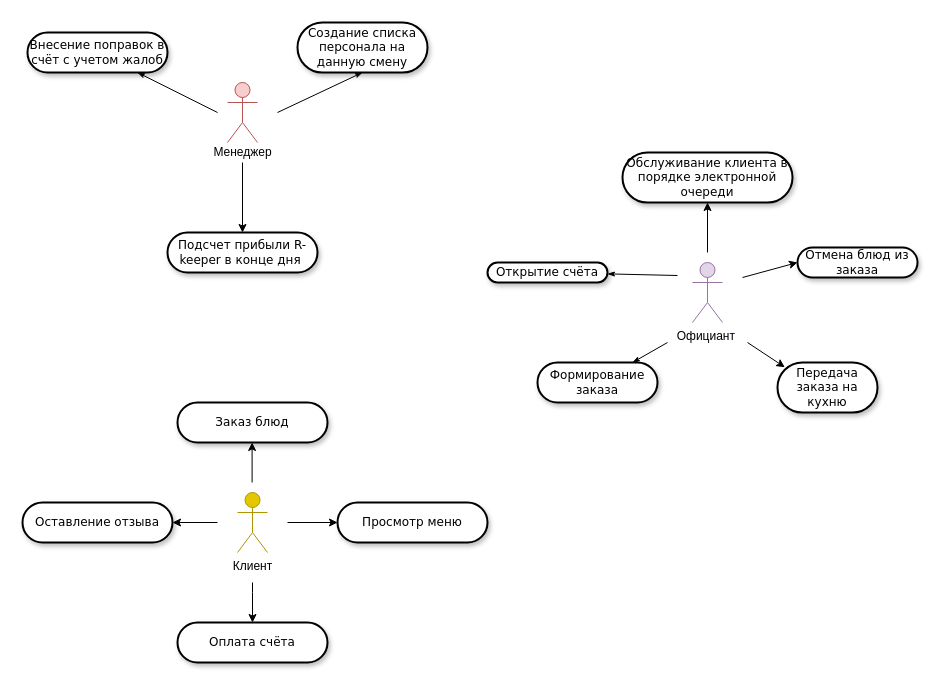
Earlier version of the draw.io diagram use case diagram.drawio (maria-kuchina262002/mypracticework). Source tidied: cells renumbered, new cells numbered last; positions are measured from the earlier drawing's top-left corner, leaving out a move shared by most shapes. Both pictures are drawn from the tidied source at 100%, with x=0, y=0 at pixel (22, 22).
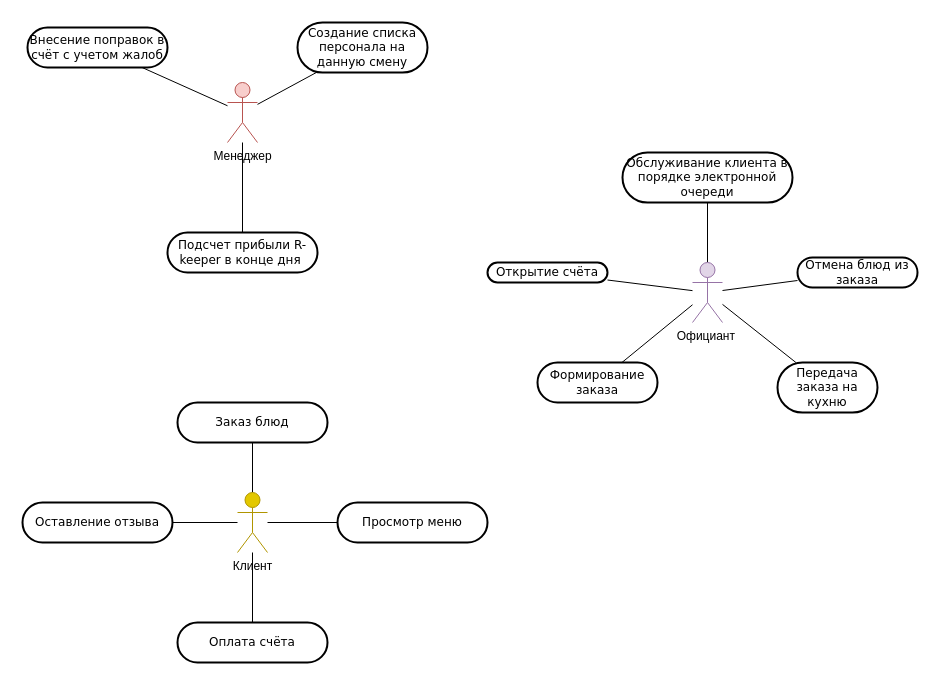
The same page after the edit.

The change refers to these unchanged cells:
```xml
<mxCell id="17" value="Официант&amp;nbsp;" style="shape=umlActor;verticalLabelPosition=bottom;verticalAlign=top;html=1;outlineConnect=0;fillColor=#e1d5e7;strokeColor=#9673a6;" parent="1" vertex="1">
  <mxGeometry x="670" y="240" width="30" height="60" as="geometry" />
</mxCell>
<mxCell id="22" value="Клиент" style="shape=umlActor;verticalLabelPosition=bottom;verticalAlign=top;html=1;outlineConnect=0;fillColor=#e3c800;strokeColor=#B09500;fontColor=#000000;" parent="1" vertex="1">
  <mxGeometry x="215" y="470" width="30" height="60" as="geometry" />
</mxCell>
```

Diff of the diagram source:
```diff
@@
-    <mxCell id="2" value="Внесение поправок в счёт с учетом жалоб" style="whiteSpace=wrap;html=1;rounded=1;shadow=1;comic=0;labelBackgroundColor=none;strokeWidth=2;fontFamily=Verdana;fontSize=12;align=center;arcSize=50;" parent="1" vertex="1">
-      <mxGeometry x="5" y="10" width="140" height="40" as="geometry" />
+    <mxCell id="2" value="Внесение поправок в счёт с учетом жалоб" style="whiteSpace=wrap;html=1;rounded=1;shadow=0;comic=0;labelBackgroundColor=none;strokeWidth=2;fontFamily=Verdana;fontSize=12;align=center;arcSize=50;" parent="1" vertex="1">
+      <mxGeometry x="5" y="5" width="140" height="40" as="geometry" />
     </mxCell>
-    <mxCell id="3" value="Создание списка персонала на данную смену" style="whiteSpace=wrap;html=1;rounded=1;shadow=1;comic=0;labelBackgroundColor=none;strokeWidth=2;fontFamily=Verdana;fontSize=12;align=center;arcSize=50;" parent="1" vertex="1">
+    <mxCell id="3" value="Создание списка персонала на данную смену" style="whiteSpace=wrap;html=1;rounded=1;shadow=0;comic=0;labelBackgroundColor=none;strokeWidth=2;fontFamily=Verdana;fontSize=12;align=center;arcSize=50;" parent="1" vertex="1">
       <mxGeometry x="275" width="130" height="50" as="geometry" />
     </mxCell>
-    <mxCell id="4" value="Открытие счёта" style="whiteSpace=wrap;html=1;rounded=1;shadow=1;comic=0;labelBackgroundColor=none;strokeWidth=2;fontFamily=Verdana;fontSize=12;align=center;arcSize=50;" parent="1" vertex="1">
+    <mxCell id="4" value="Открытие счёта" style="whiteSpace=wrap;html=1;rounded=1;shadow=0;comic=0;labelBackgroundColor=none;strokeWidth=2;fontFamily=Verdana;fontSize=12;align=center;arcSize=50;" parent="1" vertex="1">
       <mxGeometry x="465" y="240" width="120" height="20" as="geometry" />
     </mxCell>
-    <mxCell id="5" value="Обслуживание клиента в порядке электронной очереди" style="whiteSpace=wrap;html=1;rounded=1;shadow=1;comic=0;labelBackgroundColor=none;strokeWidth=2;fontFamily=Verdana;fontSize=12;align=center;arcSize=50;" parent="1" vertex="1">
+    <mxCell id="5" value="Обслуживание клиента в порядке электронной очереди" style="whiteSpace=wrap;html=1;rounded=1;shadow=0;comic=0;labelBackgroundColor=none;strokeWidth=2;fontFamily=Verdana;fontSize=12;align=center;arcSize=50;" parent="1" vertex="1">
       <mxGeometry x="600" y="130" width="170" height="50" as="geometry" />
     </mxCell>
-    <mxCell id="6" value="Отмена блюд из заказа" style="whiteSpace=wrap;html=1;rounded=1;shadow=1;comic=0;labelBackgroundColor=none;strokeWidth=2;fontFamily=Verdana;fontSize=12;align=center;arcSize=50;" parent="1" vertex="1">
-      <mxGeometry x="775" y="225" width="120" height="30" as="geometry" />
+    <mxCell id="6" value="Отмена блюд из заказа" style="whiteSpace=wrap;html=1;rounded=1;shadow=0;comic=0;labelBackgroundColor=none;strokeWidth=2;fontFamily=Verdana;fontSize=12;align=center;arcSize=50;" parent="1" vertex="1">
+      <mxGeometry x="775" y="235" width="120" height="30" as="geometry" />
     </mxCell>
-    <mxCell id="7" value="Передача заказа на кухню" style="whiteSpace=wrap;html=1;rounded=1;shadow=1;comic=0;labelBackgroundColor=none;strokeWidth=2;fontFamily=Verdana;fontSize=12;align=center;arcSize=50;" parent="1" vertex="1">
+    <mxCell id="7" value="Передача заказа на кухню" style="whiteSpace=wrap;html=1;rounded=1;shadow=0;comic=0;labelBackgroundColor=none;strokeWidth=2;fontFamily=Verdana;fontSize=12;align=center;arcSize=50;" parent="1" vertex="1">
       <mxGeometry x="755" y="340" width="100" height="50" as="geometry" />
     </mxCell>
-    <mxCell id="8" value="Формирование заказа" style="whiteSpace=wrap;html=1;rounded=1;shadow=1;comic=0;labelBackgroundColor=none;strokeWidth=2;fontFamily=Verdana;fontSize=12;align=center;arcSize=50;" parent="1" vertex="1">
+    <mxCell id="8" value="Формирование заказа" style="whiteSpace=wrap;html=1;rounded=1;shadow=0;comic=0;labelBackgroundColor=none;strokeWidth=2;fontFamily=Verdana;fontSize=12;align=center;arcSize=50;" parent="1" vertex="1">
       <mxGeometry x="515" y="340" width="120" height="40" as="geometry" />
     </mxCell>
-    <mxCell id="9" style="edgeStyle=none;rounded=1;html=1;labelBackgroundColor=none;startArrow=none;startFill=0;startSize=5;endArrow=classicThin;endFill=1;endSize=5;jettySize=auto;strokeWidth=1;fontFamily=Verdana;fontSize=12;entryX=0.5;entryY=1;entryDx=0;entryDy=0;" parent="1" edge="1" target="3">
-      <mxGeometry relative="1" as="geometry">
-        <mxPoint x="255" y="90" as="sourcePoint" />
-        <Array as="points">
-          <mxPoint x="255" y="90" />
-        </Array>
-      </mxGeometry>
-    </mxCell>
-    <mxCell id="10" style="edgeStyle=none;rounded=1;html=1;labelBackgroundColor=none;startArrow=none;startFill=0;startSize=5;endArrow=classicThin;endFill=1;endSize=5;jettySize=auto;strokeWidth=1;fontFamily=Verdana;fontSize=12;" parent="1" edge="1" target="2">
-      <mxGeometry relative="1" as="geometry">
-        <mxPoint x="195" y="90" as="sourcePoint" />
-      </mxGeometry>
-    </mxCell>
-    <mxCell id="11" style="edgeStyle=none;rounded=1;html=1;labelBackgroundColor=none;startArrow=none;startFill=0;startSize=5;endArrow=classicThin;endFill=1;endSize=5;jettySize=auto;strokeWidth=1;fontFamily=Verdana;fontSize=12;" parent="1" edge="1" target="8">
-      <mxGeometry relative="1" as="geometry">
-        <mxPoint x="645" y="320" as="sourcePoint" />
-      </mxGeometry>
-    </mxCell>
-    <mxCell id="12" style="edgeStyle=none;rounded=1;html=1;labelBackgroundColor=none;startArrow=none;startFill=0;startSize=5;endArrow=classicThin;endFill=1;endSize=5;jettySize=auto;strokeWidth=1;fontFamily=Verdana;fontSize=12;" parent="1" edge="1" target="4">
-      <mxGeometry relative="1" as="geometry">
-        <mxPoint x="655" y="253" as="sourcePoint" />
-      </mxGeometry>
-    </mxCell>
-    <mxCell id="13" value="Подсчет прибыли R-keeper в конце дня&amp;nbsp;" style="whiteSpace=wrap;html=1;rounded=1;shadow=1;comic=0;labelBackgroundColor=none;strokeWidth=2;fontFamily=Verdana;fontSize=12;align=center;arcSize=50;" parent="1" vertex="1">
+    <mxCell id="13" value="Подсчет прибыли R-keeper в конце дня&amp;nbsp;" style="whiteSpace=wrap;html=1;rounded=1;shadow=0;comic=0;labelBackgroundColor=none;strokeWidth=2;fontFamily=Verdana;fontSize=12;align=center;arcSize=50;" parent="1" vertex="1">
       <mxGeometry x="145" y="210" width="150" height="40" as="geometry" />
     </mxCell>
+    <mxCell id="30" style="edgeStyle=none;jettySize=auto;html=1;endArrow=none;endFill=0;strokeColor=default;" parent="1" edge="1" source="14" target="13">
+      <mxGeometry relative="1" as="geometry" />
+    </mxCell>
+    <mxCell id="31" style="edgeStyle=none;jettySize=auto;html=1;endArrow=none;endFill=0;strokeColor=default;" parent="1" edge="1" source="14" target="3">
+      <mxGeometry relative="1" as="geometry" />
+    </mxCell>
+    <mxCell id="32" style="edgeStyle=none;jettySize=auto;html=1;endArrow=none;endFill=0;strokeColor=default;" parent="1" edge="1" source="14" target="2">
+      <mxGeometry relative="1" as="geometry" />
+    </mxCell>
-    <mxCell id="14" style="shape=umlActor;verticalLabelPosition=bottom;verticalAlign=top;html=1;outlineConnect=0;fillColor=#f8cecc;strokeColor=#b85450;" parent="1" vertex="1">
+    <mxCell id="14" value="Менеджер" style="shape=umlActor;verticalLabelPosition=bottom;verticalAlign=top;html=1;outlineConnect=0;fillColor=#f8cecc;strokeColor=#b85450;" parent="1" vertex="1">
       <mxGeometry x="205" y="60" width="30" height="60" as="geometry" />
     </mxCell>
-    <mxCell id="15" style="edgeStyle=orthogonalEdgeStyle;rounded=0;jettySize=auto;html=1;entryX=0.5;entryY=0;entryDx=0;entryDy=0;" parent="1" edge="1" source="16" target="13">
-      <mxGeometry relative="1" as="geometry" />
-    </mxCell>
-    <mxCell id="16" value="Менеджер" style="text;html=1;align=center;verticalAlign=middle;points=[];strokeColor=none;fillColor=none;" parent="1" vertex="1">
-      <mxGeometry x="185" y="120" width="70" height="20" as="geometry" />
-    </mxCell>
+    <mxCell id="33" style="edgeStyle=none;jettySize=auto;html=1;endArrow=none;endFill=0;strokeColor=default;" parent="1" edge="1" source="17" target="6">
+      <mxGeometry relative="1" as="geometry" />
+    </mxCell>
+    <mxCell id="34" style="edgeStyle=none;jettySize=auto;html=1;endArrow=none;endFill=0;strokeColor=default;" parent="1" edge="1" source="17" target="5">
+      <mxGeometry relative="1" as="geometry" />
+    </mxCell>
+    <mxCell id="35" style="edgeStyle=none;jettySize=auto;html=1;endArrow=none;endFill=0;strokeColor=default;" parent="1" edge="1" source="17" target="4">
+      <mxGeometry relative="1" as="geometry" />
+    </mxCell>
+    <mxCell id="36" style="edgeStyle=none;jettySize=auto;html=1;endArrow=none;endFill=0;strokeColor=default;" parent="1" edge="1" source="17" target="8">
+      <mxGeometry relative="1" as="geometry" />
+    </mxCell>
+    <mxCell id="37" style="edgeStyle=none;jettySize=auto;html=1;endArrow=none;endFill=0;strokeColor=default;" parent="1" edge="1" source="17" target="7">
+      <mxGeometry relative="1" as="geometry" />
+    </mxCell>
@@
-    <mxCell id="18" style="endArrow=classic;html=1;" parent="1" edge="1">
-      <mxGeometry relative="1" as="geometry">
-        <mxPoint x="685" y="230" as="sourcePoint" />
-        <mxPoint x="685" y="180" as="targetPoint" />
-      </mxGeometry>
-    </mxCell>
-    <mxCell id="19" style="endArrow=classic;html=1;entryX=0;entryY=0.5;entryDx=0;entryDy=0;" parent="1" edge="1" target="6">
-      <mxGeometry relative="1" as="geometry">
-        <mxPoint x="720" y="255" as="sourcePoint" />
-      </mxGeometry>
-    </mxCell>
-    <mxCell id="20" style="endArrow=classic;html=1;entryX=0.073;entryY=0.094;entryDx=0;entryDy=0;entryPerimeter=0;" parent="1" edge="1" target="7">
-      <mxGeometry relative="1" as="geometry">
-        <mxPoint x="725" y="320" as="sourcePoint" />
-      </mxGeometry>
-    </mxCell>
-    <mxCell id="21" style="edgeStyle=orthogonalEdgeStyle;rounded=0;jettySize=auto;html=1;" parent="1" edge="1" target="25">
-      <mxGeometry relative="1" as="geometry">
-        <mxPoint x="230" y="560" as="sourcePoint" />
-        <Array as="points">
-          <mxPoint x="230" y="570" />
-          <mxPoint x="230" y="570" />
-        </Array>
-      </mxGeometry>
-    </mxCell>
+    <mxCell id="38" style="edgeStyle=none;jettySize=auto;html=1;endArrow=none;endFill=0;strokeColor=default;" parent="1" edge="1" source="22" target="24">
+      <mxGeometry relative="1" as="geometry" />
+    </mxCell>
+    <mxCell id="39" style="edgeStyle=none;jettySize=auto;html=1;endArrow=none;endFill=0;strokeColor=default;" parent="1" edge="1" source="22" target="26">
+      <mxGeometry relative="1" as="geometry" />
+    </mxCell>
+    <mxCell id="40" style="edgeStyle=none;jettySize=auto;html=1;endArrow=none;endFill=0;strokeColor=default;" parent="1" edge="1" source="22" target="23">
+      <mxGeometry relative="1" as="geometry" />
+    </mxCell>
+    <mxCell id="41" style="edgeStyle=none;jettySize=auto;html=1;endArrow=none;endFill=0;strokeColor=default;" parent="1" edge="1" source="22" target="25">
+      <mxGeometry relative="1" as="geometry" />
+    </mxCell>
@@
-    <mxCell id="23" value="Заказ блюд" style="whiteSpace=wrap;html=1;rounded=1;shadow=1;comic=0;labelBackgroundColor=none;strokeWidth=2;fontFamily=Verdana;fontSize=12;align=center;arcSize=50;" parent="1" vertex="1">
+    <mxCell id="23" value="Заказ блюд" style="whiteSpace=wrap;html=1;rounded=1;shadow=0;comic=0;labelBackgroundColor=none;strokeWidth=2;fontFamily=Verdana;fontSize=12;align=center;arcSize=50;" parent="1" vertex="1">
       <mxGeometry x="155" y="380" width="150" height="40" as="geometry" />
     </mxCell>
-    <mxCell id="24" value="Просмотр меню" style="whiteSpace=wrap;html=1;rounded=1;shadow=1;comic=0;labelBackgroundColor=none;strokeWidth=2;fontFamily=Verdana;fontSize=12;align=center;arcSize=50;" parent="1" vertex="1">
+    <mxCell id="24" value="Просмотр меню" style="whiteSpace=wrap;html=1;rounded=1;shadow=0;comic=0;labelBackgroundColor=none;strokeWidth=2;fontFamily=Verdana;fontSize=12;align=center;arcSize=50;" parent="1" vertex="1">
       <mxGeometry x="315" y="480" width="150" height="40" as="geometry" />
     </mxCell>
-    <mxCell id="25" value="Оплата счёта" style="whiteSpace=wrap;html=1;rounded=1;shadow=1;comic=0;labelBackgroundColor=none;strokeWidth=2;fontFamily=Verdana;fontSize=12;align=center;arcSize=50;" parent="1" vertex="1">
+    <mxCell id="25" value="Оплата счёта" style="whiteSpace=wrap;html=1;rounded=1;shadow=0;comic=0;labelBackgroundColor=none;strokeWidth=2;fontFamily=Verdana;fontSize=12;align=center;arcSize=50;" parent="1" vertex="1">
       <mxGeometry x="155" y="600" width="150" height="40" as="geometry" />
     </mxCell>
-    <mxCell id="26" value="Оставление отзыва" style="whiteSpace=wrap;html=1;rounded=1;shadow=1;comic=0;labelBackgroundColor=none;strokeWidth=2;fontFamily=Verdana;fontSize=12;align=center;arcSize=50;" parent="1" vertex="1">
+    <mxCell id="26" value="Оставление отзыва" style="whiteSpace=wrap;html=1;rounded=1;shadow=0;comic=0;labelBackgroundColor=none;strokeWidth=2;fontFamily=Verdana;fontSize=12;align=center;arcSize=50;" parent="1" vertex="1">
       <mxGeometry y="480" width="150" height="40" as="geometry" />
     </mxCell>
-    <mxCell id="27" style="endArrow=classic;html=1;" parent="1" edge="1">
-      <mxGeometry relative="1" as="geometry">
-        <mxPoint x="265" y="500" as="sourcePoint" />
-        <mxPoint x="315" y="500" as="targetPoint" />
-      </mxGeometry>
-    </mxCell>
-    <mxCell id="28" style="endArrow=classic;html=1;entryX=1;entryY=0.5;entryDx=0;entryDy=0;" parent="1" edge="1" target="26">
-      <mxGeometry relative="1" as="geometry">
-        <mxPoint x="195" y="500" as="sourcePoint" />
-      </mxGeometry>
-    </mxCell>
-    <mxCell id="29" style="endArrow=classic;html=1;" parent="1" edge="1">
-      <mxGeometry relative="1" as="geometry">
-        <mxPoint x="229.6" y="460" as="sourcePoint" />
-        <mxPoint x="229.6" y="420" as="targetPoint" />
-      </mxGeometry>
-    </mxCell>
```
